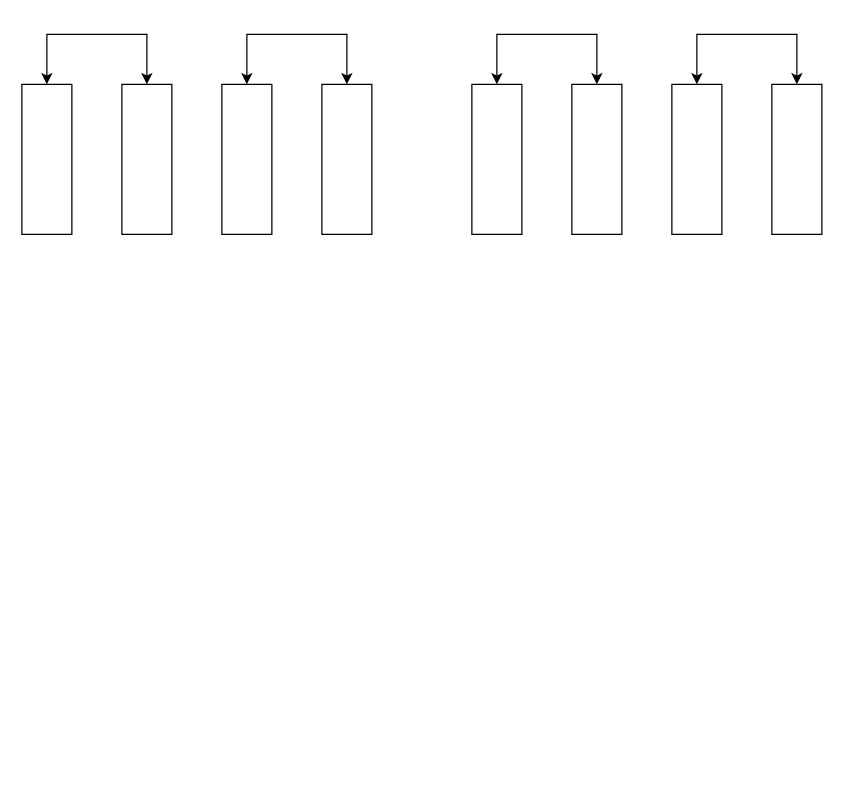
Earlier version of the draw.io diagram TCCL/TCCL_Butterfly.drawio (BEYHHH/SBLP). Source tidied: cells renumbered, new cells numbered last; positions are measured from the earlier drawing's top-left corner, leaving out a move shared by most shapes. Both pictures are drawn from the tidied source at 125%, with x=0, y=0 at pixel (21, 34).
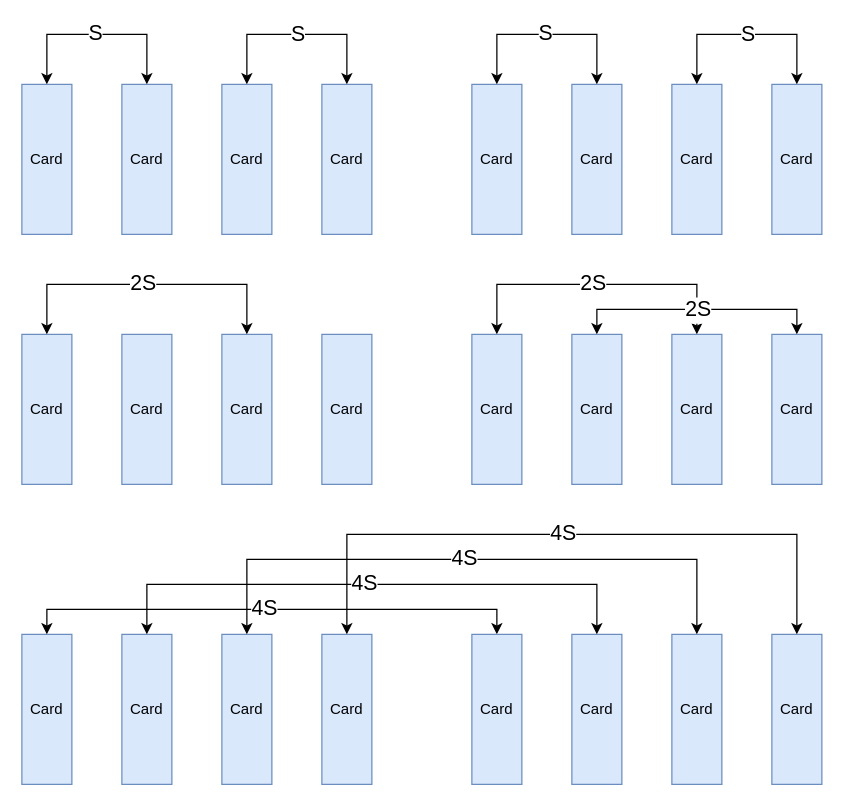
Above is the later version.

The change refers to these unchanged cells:
```xml
<mxCell id="4" style="endArrow=classic;startArrow=classic;html=1;rounded=0;exitX=0.5;exitY=0;exitDx=0;exitDy=0;entryX=0.5;entryY=0;entryDx=0;entryDy=0;" parent="1" edge="1" source="2" target="3">
  <mxGeometry relative="1" as="geometry">
    <Array as="points">
      <mxPoint x="260" />
      <mxPoint x="180" />
    </Array>
  </mxGeometry>
</mxCell>
<mxCell id="13" style="endArrow=classic;startArrow=classic;html=1;rounded=0;exitX=0.5;exitY=0;exitDx=0;exitDy=0;entryX=0.5;entryY=0;entryDx=0;entryDy=0;" parent="1" edge="1" source="11" target="12">
  <mxGeometry relative="1" as="geometry">
    <Array as="points">
      <mxPoint x="100" />
      <mxPoint x="20" />
    </Array>
  </mxGeometry>
</mxCell>
```

Diff of the diagram source:
```diff
@@
-    <mxCell id="2" style="rounded=0;whiteSpace=wrap;html=1;" parent="1" vertex="1">
+    <mxCell id="2" value="Card" style="rounded=0;whiteSpace=wrap;html=1;fillColor=#dae8fc;strokeColor=#6c8ebf;" parent="1" vertex="1">
       <mxGeometry x="240" y="40" width="40" height="120" as="geometry" />
     </mxCell>
-    <mxCell id="3" style="rounded=0;whiteSpace=wrap;html=1;" parent="1" vertex="1">
+    <mxCell id="3" value="Card" style="rounded=0;whiteSpace=wrap;html=1;fillColor=#dae8fc;strokeColor=#6c8ebf;" parent="1" vertex="1">
       <mxGeometry x="160" y="40" width="40" height="120" as="geometry" />
     </mxCell>
@@
-    <mxCell id="5" style="rounded=0;whiteSpace=wrap;html=1;" parent="1" vertex="1">
-      <mxGeometry x="440" y="40" width="40" height="120" as="geometry" />
-    </mxCell>
-    <mxCell id="6" style="rounded=0;whiteSpace=wrap;html=1;" parent="1" vertex="1">
-      <mxGeometry x="360" y="40" width="40" height="120" as="geometry" />
-    </mxCell>
-    <mxCell id="7" style="endArrow=classic;startArrow=classic;html=1;rounded=0;exitX=0.5;exitY=0;exitDx=0;exitDy=0;entryX=0.5;entryY=0;entryDx=0;entryDy=0;" parent="1" edge="1" source="5" target="6">
-      <mxGeometry relative="1" as="geometry">
-        <Array as="points">
-          <mxPoint x="460" />
-          <mxPoint x="380" />
-        </Array>
-      </mxGeometry>
-    </mxCell>
-    <mxCell id="8" style="rounded=0;whiteSpace=wrap;html=1;" parent="1" vertex="1">
-      <mxGeometry x="600" y="40" width="40" height="120" as="geometry" />
-    </mxCell>
-    <mxCell id="9" style="rounded=0;whiteSpace=wrap;html=1;" parent="1" vertex="1">
-      <mxGeometry x="520" y="40" width="40" height="120" as="geometry" />
-    </mxCell>
-    <mxCell id="10" style="endArrow=classic;startArrow=classic;html=1;rounded=0;exitX=0.5;exitY=0;exitDx=0;exitDy=0;entryX=0.5;entryY=0;entryDx=0;entryDy=0;" parent="1" edge="1" source="8" target="9">
-      <mxGeometry relative="1" as="geometry">
-        <Array as="points">
-          <mxPoint x="620" />
-          <mxPoint x="540" />
-        </Array>
-      </mxGeometry>
-    </mxCell>
+    <mxCell id="14" value="&lt;font style=&quot;font-size: 17px;&quot;&gt;S&lt;/font&gt;" style="edgeLabel;html=1;align=center;verticalAlign=middle;" parent="4" vertex="1">
+      <mxGeometry relative="1" as="geometry" />
+    </mxCell>
-    <mxCell id="11" style="rounded=0;whiteSpace=wrap;html=1;" parent="1" vertex="1">
+    <mxCell id="11" value="Card" style="rounded=0;whiteSpace=wrap;html=1;fillColor=#dae8fc;strokeColor=#6c8ebf;" parent="1" vertex="1">
       <mxGeometry x="80" y="40" width="40" height="120" as="geometry" />
     </mxCell>
-    <mxCell id="12" style="rounded=0;whiteSpace=wrap;html=1;" parent="1" vertex="1">
+    <mxCell id="12" value="Card" style="rounded=0;whiteSpace=wrap;html=1;fillColor=#dae8fc;strokeColor=#6c8ebf;" parent="1" vertex="1">
       <mxGeometry y="40" width="40" height="120" as="geometry" />
     </mxCell>
@@
+    <mxCell id="15" value="&lt;font style=&quot;font-size: 17px;&quot;&gt;S&lt;/font&gt;" style="edgeLabel;html=1;align=center;verticalAlign=middle;" parent="13" vertex="1">
+      <mxGeometry x="0.03" y="-1" relative="1" as="geometry" />
+    </mxCell>
+    <mxCell id="16" value="Card" style="rounded=0;whiteSpace=wrap;html=1;fillColor=#dae8fc;strokeColor=#6c8ebf;" parent="1" vertex="1">
+      <mxGeometry x="600" y="40" width="40" height="120" as="geometry" />
+    </mxCell>
+    <mxCell id="17" value="Card" style="rounded=0;whiteSpace=wrap;html=1;fillColor=#dae8fc;strokeColor=#6c8ebf;" parent="1" vertex="1">
+      <mxGeometry x="520" y="40" width="40" height="120" as="geometry" />
+    </mxCell>
+    <mxCell id="18" style="endArrow=classic;startArrow=classic;html=1;rounded=0;exitX=0.5;exitY=0;exitDx=0;exitDy=0;entryX=0.5;entryY=0;entryDx=0;entryDy=0;" parent="1" edge="1" source="16" target="17">
+      <mxGeometry relative="1" as="geometry">
+        <Array as="points">
+          <mxPoint x="620" />
+          <mxPoint x="540" />
+        </Array>
+      </mxGeometry>
+    </mxCell>
+    <mxCell id="19" value="&lt;font style=&quot;font-size: 17px;&quot;&gt;S&lt;/font&gt;" style="edgeLabel;html=1;align=center;verticalAlign=middle;" parent="18" vertex="1">
+      <mxGeometry relative="1" as="geometry" />
+    </mxCell>
+    <mxCell id="20" value="Card" style="rounded=0;whiteSpace=wrap;html=1;fillColor=#dae8fc;strokeColor=#6c8ebf;" parent="1" vertex="1">
+      <mxGeometry x="440" y="40" width="40" height="120" as="geometry" />
+    </mxCell>
+    <mxCell id="21" value="Card" style="rounded=0;whiteSpace=wrap;html=1;fillColor=#dae8fc;strokeColor=#6c8ebf;" parent="1" vertex="1">
+      <mxGeometry x="360" y="40" width="40" height="120" as="geometry" />
+    </mxCell>
+    <mxCell id="22" style="endArrow=classic;startArrow=classic;html=1;rounded=0;exitX=0.5;exitY=0;exitDx=0;exitDy=0;entryX=0.5;entryY=0;entryDx=0;entryDy=0;" parent="1" edge="1" source="20" target="21">
+      <mxGeometry relative="1" as="geometry">
+        <Array as="points">
+          <mxPoint x="460" />
+          <mxPoint x="380" />
+        </Array>
+      </mxGeometry>
+    </mxCell>
+    <mxCell id="23" value="&lt;font style=&quot;font-size: 17px;&quot;&gt;S&lt;/font&gt;" style="edgeLabel;html=1;align=center;verticalAlign=middle;" parent="22" vertex="1">
+      <mxGeometry x="0.03" y="-1" relative="1" as="geometry" />
+    </mxCell>
+    <mxCell id="24" value="Card" style="rounded=0;whiteSpace=wrap;html=1;fillColor=#dae8fc;strokeColor=#6c8ebf;" parent="1" vertex="1">
+      <mxGeometry x="240" y="240" width="40" height="120" as="geometry" />
+    </mxCell>
+    <mxCell id="25" value="Card" style="rounded=0;whiteSpace=wrap;html=1;fillColor=#dae8fc;strokeColor=#6c8ebf;" parent="1" vertex="1">
+      <mxGeometry x="160" y="240" width="40" height="120" as="geometry" />
+    </mxCell>
+    <mxCell id="26" value="Card" style="rounded=0;whiteSpace=wrap;html=1;fillColor=#dae8fc;strokeColor=#6c8ebf;" parent="1" vertex="1">
+      <mxGeometry x="80" y="240" width="40" height="120" as="geometry" />
+    </mxCell>
+    <mxCell id="27" value="Card" style="rounded=0;whiteSpace=wrap;html=1;fillColor=#dae8fc;strokeColor=#6c8ebf;" parent="1" vertex="1">
+      <mxGeometry y="240" width="40" height="120" as="geometry" />
+    </mxCell>
+    <mxCell id="28" style="endArrow=classic;startArrow=classic;html=1;rounded=0;exitX=0.5;exitY=0;exitDx=0;exitDy=0;entryX=0.5;entryY=0;entryDx=0;entryDy=0;" parent="1" edge="1" source="25" target="27">
+      <mxGeometry relative="1" as="geometry">
+        <Array as="points">
+          <mxPoint x="180" y="200" />
+          <mxPoint x="20" y="200" />
+        </Array>
+      </mxGeometry>
+    </mxCell>
+    <mxCell id="29" value="&lt;font style=&quot;font-size: 17px;&quot;&gt;2S&lt;/font&gt;" style="edgeLabel;html=1;align=center;verticalAlign=middle;" parent="28" vertex="1">
+      <mxGeometry x="0.03" y="-1" relative="1" as="geometry" />
+    </mxCell>
+    <mxCell id="30" value="Card" style="rounded=0;whiteSpace=wrap;html=1;fillColor=#dae8fc;strokeColor=#6c8ebf;" parent="1" vertex="1">
+      <mxGeometry x="600" y="240" width="40" height="120" as="geometry" />
+    </mxCell>
+    <mxCell id="31" value="Card" style="rounded=0;whiteSpace=wrap;html=1;fillColor=#dae8fc;strokeColor=#6c8ebf;" parent="1" vertex="1">
+      <mxGeometry x="520" y="240" width="40" height="120" as="geometry" />
+    </mxCell>
+    <mxCell id="32" value="Card" style="rounded=0;whiteSpace=wrap;html=1;fillColor=#dae8fc;strokeColor=#6c8ebf;" parent="1" vertex="1">
+      <mxGeometry x="440" y="240" width="40" height="120" as="geometry" />
+    </mxCell>
+    <mxCell id="33" value="Card" style="rounded=0;whiteSpace=wrap;html=1;fillColor=#dae8fc;strokeColor=#6c8ebf;" parent="1" vertex="1">
+      <mxGeometry x="360" y="240" width="40" height="120" as="geometry" />
+    </mxCell>
+    <mxCell id="34" style="endArrow=classic;startArrow=classic;html=1;rounded=0;exitX=0.5;exitY=0;exitDx=0;exitDy=0;entryX=0.5;entryY=0;entryDx=0;entryDy=0;" parent="1" edge="1" source="31" target="33">
+      <mxGeometry relative="1" as="geometry">
+        <Array as="points">
+          <mxPoint x="540" y="200" />
+          <mxPoint x="380" y="200" />
+        </Array>
+      </mxGeometry>
+    </mxCell>
+    <mxCell id="35" value="&lt;font style=&quot;font-size: 17px;&quot;&gt;2S&lt;/font&gt;" style="edgeLabel;html=1;align=center;verticalAlign=middle;" parent="34" vertex="1">
+      <mxGeometry x="0.03" y="-1" relative="1" as="geometry" />
+    </mxCell>
+    <mxCell id="36" style="endArrow=classic;startArrow=classic;html=1;rounded=0;exitX=0.5;exitY=0;exitDx=0;exitDy=0;entryX=0.5;entryY=0;entryDx=0;entryDy=0;" parent="1" edge="1" source="30" target="32">
+      <mxGeometry relative="1" as="geometry">
+        <Array as="points">
+          <mxPoint x="620" y="220" />
+          <mxPoint x="460" y="220" />
+        </Array>
+      </mxGeometry>
+    </mxCell>
+    <mxCell id="37" value="&lt;font style=&quot;font-size: 17px;&quot;&gt;2S&lt;/font&gt;" style="edgeLabel;html=1;align=center;verticalAlign=middle;" parent="36" vertex="1">
+      <mxGeometry relative="1" as="geometry" />
+    </mxCell>
+    <mxCell id="38" value="Card" style="rounded=0;whiteSpace=wrap;html=1;fillColor=#dae8fc;strokeColor=#6c8ebf;" parent="1" vertex="1">
+      <mxGeometry x="240" y="480" width="40" height="120" as="geometry" />
+    </mxCell>
+    <mxCell id="39" value="Card" style="rounded=0;whiteSpace=wrap;html=1;fillColor=#dae8fc;strokeColor=#6c8ebf;" parent="1" vertex="1">
+      <mxGeometry x="160" y="480" width="40" height="120" as="geometry" />
+    </mxCell>
+    <mxCell id="40" value="Card" style="rounded=0;whiteSpace=wrap;html=1;fillColor=#dae8fc;strokeColor=#6c8ebf;" parent="1" vertex="1">
+      <mxGeometry x="80" y="480" width="40" height="120" as="geometry" />
+    </mxCell>
+    <mxCell id="41" value="Card" style="rounded=0;whiteSpace=wrap;html=1;fillColor=#dae8fc;strokeColor=#6c8ebf;" parent="1" vertex="1">
+      <mxGeometry y="480" width="40" height="120" as="geometry" />
+    </mxCell>
+    <mxCell id="42" style="endArrow=classic;startArrow=classic;html=1;rounded=0;exitX=0.5;exitY=0;exitDx=0;exitDy=0;entryX=0.5;entryY=0;entryDx=0;entryDy=0;" parent="1" edge="1" source="47" target="41">
+      <mxGeometry relative="1" as="geometry">
+        <Array as="points">
+          <mxPoint x="380" y="460" />
+          <mxPoint x="20" y="460" />
+        </Array>
+      </mxGeometry>
+    </mxCell>
+    <mxCell id="43" value="&lt;font style=&quot;font-size: 17px;&quot;&gt;4S&lt;/font&gt;" style="edgeLabel;html=1;align=center;verticalAlign=middle;" parent="42" vertex="1">
+      <mxGeometry x="0.03" y="-1" relative="1" as="geometry" />
+    </mxCell>
+    <mxCell id="44" value="Card" style="rounded=0;whiteSpace=wrap;html=1;fillColor=#dae8fc;strokeColor=#6c8ebf;" parent="1" vertex="1">
+      <mxGeometry x="600" y="480" width="40" height="120" as="geometry" />
+    </mxCell>
+    <mxCell id="45" value="Card" style="rounded=0;whiteSpace=wrap;html=1;fillColor=#dae8fc;strokeColor=#6c8ebf;" parent="1" vertex="1">
+      <mxGeometry x="520" y="480" width="40" height="120" as="geometry" />
+    </mxCell>
+    <mxCell id="46" value="Card" style="rounded=0;whiteSpace=wrap;html=1;fillColor=#dae8fc;strokeColor=#6c8ebf;" parent="1" vertex="1">
+      <mxGeometry x="440" y="480" width="40" height="120" as="geometry" />
+    </mxCell>
+    <mxCell id="47" value="Card" style="rounded=0;whiteSpace=wrap;html=1;fillColor=#dae8fc;strokeColor=#6c8ebf;" parent="1" vertex="1">
+      <mxGeometry x="360" y="480" width="40" height="120" as="geometry" />
+    </mxCell>
+    <mxCell id="48" style="endArrow=classic;startArrow=classic;html=1;rounded=0;exitX=0.5;exitY=0;exitDx=0;exitDy=0;entryX=0.5;entryY=0;entryDx=0;entryDy=0;" parent="1" edge="1">
+      <mxGeometry relative="1" as="geometry">
+        <mxPoint x="460" y="480" as="sourcePoint" />
+        <mxPoint x="100" y="480" as="targetPoint" />
+        <Array as="points">
+          <mxPoint x="460" y="440" />
+          <mxPoint x="100" y="440" />
+        </Array>
+      </mxGeometry>
+    </mxCell>
+    <mxCell id="49" value="&lt;font style=&quot;font-size: 17px;&quot;&gt;4S&lt;/font&gt;" style="edgeLabel;html=1;align=center;verticalAlign=middle;" parent="48" vertex="1">
+      <mxGeometry x="0.03" y="-1" relative="1" as="geometry" />
+    </mxCell>
+    <mxCell id="50" style="endArrow=classic;startArrow=classic;html=1;rounded=0;exitX=0.5;exitY=0;exitDx=0;exitDy=0;entryX=0.5;entryY=0;entryDx=0;entryDy=0;" parent="1" edge="1">
+      <mxGeometry relative="1" as="geometry">
+        <mxPoint x="540" y="480" as="sourcePoint" />
+        <mxPoint x="180" y="480" as="targetPoint" />
+        <Array as="points">
+          <mxPoint x="540" y="420" />
+          <mxPoint x="180" y="420" />
+        </Array>
+      </mxGeometry>
+    </mxCell>
+    <mxCell id="51" value="&lt;font style=&quot;font-size: 17px;&quot;&gt;4S&lt;/font&gt;" style="edgeLabel;html=1;align=center;verticalAlign=middle;" parent="50" vertex="1">
+      <mxGeometry x="0.03" y="-1" relative="1" as="geometry" />
+    </mxCell>
+    <mxCell id="52" style="endArrow=classic;startArrow=classic;html=1;rounded=0;exitX=0.5;exitY=0;exitDx=0;exitDy=0;entryX=0.5;entryY=0;entryDx=0;entryDy=0;" parent="1" edge="1">
+      <mxGeometry relative="1" as="geometry">
+        <mxPoint x="620" y="480" as="sourcePoint" />
+        <mxPoint x="260" y="480" as="targetPoint" />
+        <Array as="points">
+          <mxPoint x="620" y="400" />
+          <mxPoint x="260" y="400" />
+        </Array>
+      </mxGeometry>
+    </mxCell>
+    <mxCell id="53" value="&lt;font style=&quot;font-size: 17px;&quot;&gt;4S&lt;/font&gt;" style="edgeLabel;html=1;align=center;verticalAlign=middle;" parent="52" vertex="1">
+      <mxGeometry x="0.03" y="-1" relative="1" as="geometry" />
+    </mxCell>
```
